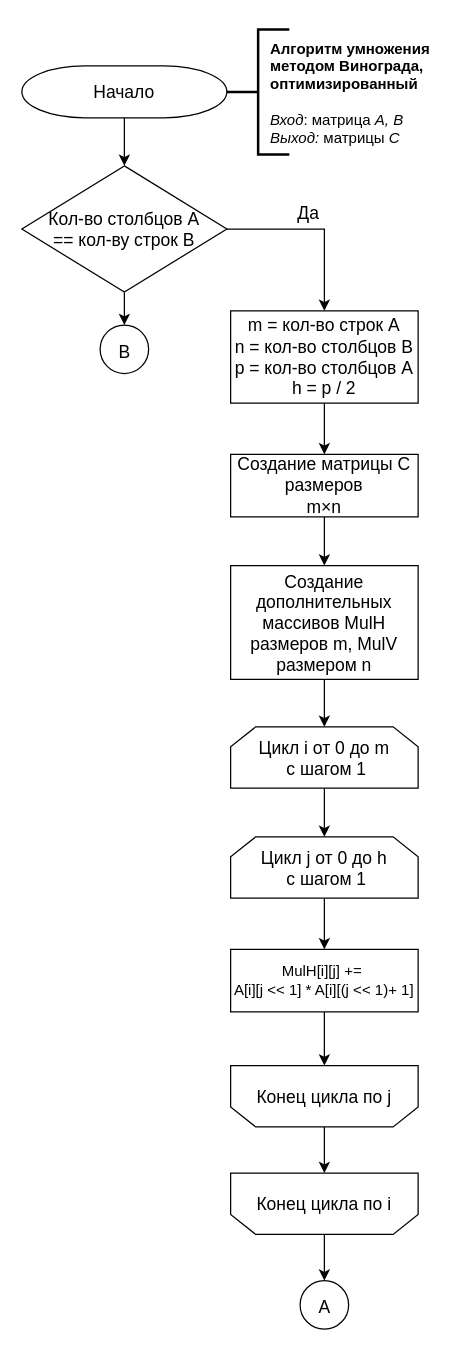
mshsvnv/AlgorithmAnalysis keeps this draw.io diagram as page "Алгоритм Винограда опт. ч. 1" (4 of 6) of lab_02/report/schemes/algorithms.drawio. Above is the earlier version. Source tidied: cells renumbered, new cells numbered last; positions are measured from the earlier drawing's top-left corner, leaving out a move shared by most shapes. Both pictures are drawn from the tidied source at 125%, with x=0, y=0 at pixel (21, 29).
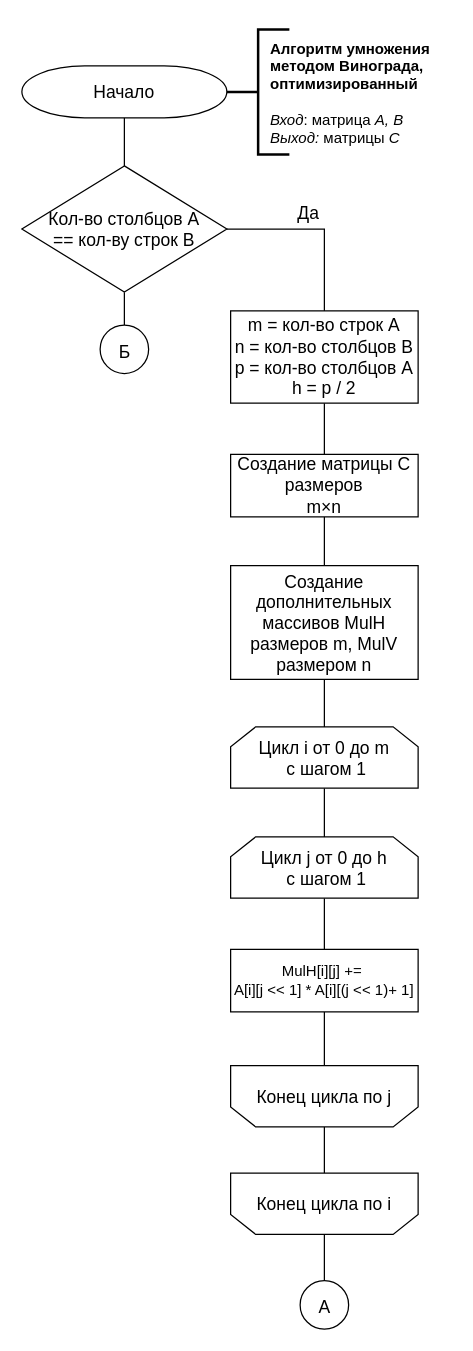
The same page after the edit.

The change refers to these unchanged cells:
```xml
<mxCell id="6" value="&lt;font style=&quot;font-size: 14px;&quot;&gt;Кол-во столбцов A &lt;br&gt;== кол-ву строк B&lt;/font&gt;" style="strokeWidth=1;html=1;shape=mxgraph.flowchart.decision;whiteSpace=wrap;rounded=0;fontSize=11;" parent="1" vertex="1">
  <mxGeometry y="109.2" width="164" height="101" as="geometry" />
</mxCell>
<mxCell id="8" value="&lt;font style=&quot;font-size: 14px;&quot;&gt;Начало&lt;/font&gt;" style="strokeWidth=1;html=1;shape=mxgraph.flowchart.terminator;whiteSpace=wrap;" parent="1" vertex="1">
  <mxGeometry y="29.2" width="164" height="41.5" as="geometry" />
</mxCell>
<mxCell id="10" value="&lt;font style=&quot;font-size: 14px;&quot;&gt;Создание матрицы С размеров &lt;br&gt;m×n&lt;br&gt;&lt;/font&gt;" style="rounded=0;whiteSpace=wrap;html=1;absoluteArcSize=1;arcSize=14;strokeWidth=1;" parent="1" vertex="1">
  <mxGeometry x="167" y="340" width="150" height="50" as="geometry" />
</mxCell>
<mxCell id="13" value="&lt;font style=&quot;font-size: 14px;&quot;&gt;m = кол-во строк A&lt;br&gt;n = кол-во столбцов B&lt;br&gt;p = кол-во столбцов A&lt;br&gt;h = p / 2&lt;br&gt;&lt;/font&gt;" style="rounded=0;whiteSpace=wrap;html=1;absoluteArcSize=1;arcSize=14;strokeWidth=1;" parent="1" vertex="1">
  <mxGeometry x="167" y="225.2" width="150" height="73.8" as="geometry" />
</mxCell>
<mxCell id="15" value="&lt;font style=&quot;font-size: 14px;&quot;&gt;Создание дополнительных массивов MulH размеров m, MulV размером n&lt;br&gt;&lt;/font&gt;" style="rounded=0;whiteSpace=wrap;html=1;absoluteArcSize=1;arcSize=14;strokeWidth=1;" parent="1" vertex="1">
  <mxGeometry x="167" y="429" width="150" height="91" as="geometry" />
</mxCell>
<mxCell id="17" value="&lt;font style=&quot;font-size: 14px;&quot;&gt;Цикл i от 0 до m&lt;br&gt;&amp;nbsp;с шагом 1&lt;br&gt;&lt;/font&gt;" style="shape=loopLimit;whiteSpace=wrap;html=1;" parent="1" vertex="1">
  <mxGeometry x="167" y="558" width="150" height="49" as="geometry" />
</mxCell>
<mxCell id="19" value="&lt;font style=&quot;font-size: 14px;&quot;&gt;Цикл j от 0 до h&lt;br&gt;&amp;nbsp;с шагом 1&lt;br&gt;&lt;/font&gt;" style="shape=loopLimit;whiteSpace=wrap;html=1;" parent="1" vertex="1">
  <mxGeometry x="167" y="646" width="150" height="49" as="geometry" />
</mxCell>
<mxCell id="21" value="&lt;font style=&quot;font-size: 12px;&quot;&gt;MulH[i][j] +=&amp;nbsp;&lt;br&gt;A[i][j &amp;lt;&amp;lt; 1] * A[i][(j &amp;lt;&amp;lt; 1)+ 1]&lt;/font&gt;" style="rounded=0;whiteSpace=wrap;html=1;absoluteArcSize=1;arcSize=14;strokeWidth=1;" parent="1" vertex="1">
  <mxGeometry x="167" y="736" width="150" height="50" as="geometry" />
</mxCell>
<mxCell id="23" value="&lt;font style=&quot;font-size: 14px;&quot;&gt;Конец цикла по j&lt;/font&gt;" style="shape=loopLimit;whiteSpace=wrap;html=1;flipV=1;" parent="1" vertex="1">
  <mxGeometry x="167" y="829" width="150" height="49" as="geometry" />
</mxCell>
<mxCell id="25" value="&lt;font style=&quot;font-size: 14px;&quot;&gt;Конец цикла по i&lt;/font&gt;" style="shape=loopLimit;whiteSpace=wrap;html=1;flipV=1;" parent="1" vertex="1">
  <mxGeometry x="167" y="915" width="150" height="49" as="geometry" />
</mxCell>
<mxCell id="27" value="&lt;font style=&quot;font-size: 14px;&quot; face=&quot;Helvetica&quot;&gt;A&lt;/font&gt;" style="ellipse;whiteSpace=wrap;html=1;hachureGap=4;fontFamily=Architects Daughter;fontSize=20;" parent="1" vertex="1">
  <mxGeometry x="222.6" y="1001" width="38.8" height="38.8" as="geometry" />
</mxCell>
```

What changed in the source:
```diff
@@
-    <mxCell id="3" style="edgeStyle=orthogonalEdgeStyle;rounded=0;hachureGap=4;jettySize=auto;html=1;exitX=1;exitY=0.5;exitDx=0;exitDy=0;exitPerimeter=0;fontFamily=Architects Daughter;fontSize=16;" parent="1" edge="1" source="6" target="13">
+    <mxCell id="3" style="edgeStyle=orthogonalEdgeStyle;rounded=0;hachureGap=4;jettySize=auto;html=1;exitX=1;exitY=0.5;exitDx=0;exitDy=0;exitPerimeter=0;fontFamily=Architects Daughter;fontSize=16;endArrow=none;endFill=0;" parent="1" edge="1" source="6" target="13">
       <mxGeometry relative="1" as="geometry" />
     </mxCell>
@@
-    <mxCell id="5" style="edgeStyle=orthogonalEdgeStyle;rounded=0;hachureGap=4;jettySize=auto;html=1;fontFamily=Architects Daughter;fontSize=16;" parent="1" edge="1" source="6" target="26">
+    <mxCell id="5" style="edgeStyle=orthogonalEdgeStyle;rounded=0;hachureGap=4;jettySize=auto;html=1;fontFamily=Architects Daughter;fontSize=16;endArrow=none;endFill=0;" parent="1" edge="1" source="6" target="26">
       <mxGeometry relative="1" as="geometry" />
     </mxCell>
@@
-    <mxCell id="7" style="edgeStyle=orthogonalEdgeStyle;rounded=0;hachureGap=4;jettySize=auto;html=1;exitX=0.5;exitY=1;exitDx=0;exitDy=0;exitPerimeter=0;fontFamily=Architects Daughter;fontSize=16;" parent="1" edge="1" source="8" target="6">
+    <mxCell id="7" style="edgeStyle=orthogonalEdgeStyle;rounded=0;hachureGap=4;jettySize=auto;html=1;exitX=0.5;exitY=1;exitDx=0;exitDy=0;exitPerimeter=0;fontFamily=Architects Daughter;fontSize=16;endArrow=none;endFill=0;" parent="1" edge="1" source="8" target="6">
       <mxGeometry relative="1" as="geometry" />
     </mxCell>
@@
-    <mxCell id="9" style="edgeStyle=orthogonalEdgeStyle;rounded=0;hachureGap=4;jettySize=auto;html=1;exitX=0.5;exitY=1;exitDx=0;exitDy=0;fontFamily=Architects Daughter;fontSize=16;" parent="1" edge="1" source="10" target="15">
+    <mxCell id="9" style="edgeStyle=orthogonalEdgeStyle;rounded=0;hachureGap=4;jettySize=auto;html=1;exitX=0.5;exitY=1;exitDx=0;exitDy=0;fontFamily=Architects Daughter;fontSize=16;endArrow=none;endFill=0;" parent="1" edge="1" source="10" target="15">
       <mxGeometry relative="1" as="geometry" />
     </mxCell>
@@
-    <mxCell id="12" style="edgeStyle=orthogonalEdgeStyle;rounded=0;hachureGap=4;jettySize=auto;html=1;exitX=0.5;exitY=1;exitDx=0;exitDy=0;fontFamily=Architects Daughter;fontSize=16;" parent="1" edge="1" source="13" target="10">
+    <mxCell id="12" style="edgeStyle=orthogonalEdgeStyle;rounded=0;hachureGap=4;jettySize=auto;html=1;exitX=0.5;exitY=1;exitDx=0;exitDy=0;fontFamily=Architects Daughter;fontSize=16;endArrow=none;endFill=0;" parent="1" edge="1" source="13" target="10">
       <mxGeometry relative="1" as="geometry" />
     </mxCell>
@@
-    <mxCell id="14" style="edgeStyle=orthogonalEdgeStyle;rounded=0;hachureGap=4;jettySize=auto;html=1;fontFamily=Architects Daughter;fontSize=16;shadow=0;" parent="1" edge="1" source="15" target="17">
+    <mxCell id="14" style="edgeStyle=orthogonalEdgeStyle;rounded=0;hachureGap=4;jettySize=auto;html=1;fontFamily=Architects Daughter;fontSize=16;shadow=0;endArrow=none;endFill=0;" parent="1" edge="1" source="15" target="17">
       <mxGeometry relative="1" as="geometry" />
     </mxCell>
@@
-    <mxCell id="16" style="edgeStyle=orthogonalEdgeStyle;rounded=0;hachureGap=4;jettySize=auto;html=1;exitX=0.5;exitY=1;exitDx=0;exitDy=0;fontFamily=Architects Daughter;fontSize=16;shadow=0;" parent="1" edge="1" source="17" target="19">
+    <mxCell id="16" style="edgeStyle=orthogonalEdgeStyle;rounded=0;hachureGap=4;jettySize=auto;html=1;exitX=0.5;exitY=1;exitDx=0;exitDy=0;fontFamily=Architects Daughter;fontSize=16;shadow=0;endArrow=none;endFill=0;" parent="1" edge="1" source="17" target="19">
       <mxGeometry relative="1" as="geometry" />
     </mxCell>
@@
-    <mxCell id="18" style="edgeStyle=orthogonalEdgeStyle;rounded=0;hachureGap=4;jettySize=auto;html=1;exitX=0.5;exitY=1;exitDx=0;exitDy=0;entryX=0.5;entryY=0;entryDx=0;entryDy=0;fontFamily=Architects Daughter;fontSize=16;shadow=0;" parent="1" edge="1" source="19" target="21">
+    <mxCell id="18" style="edgeStyle=orthogonalEdgeStyle;rounded=0;hachureGap=4;jettySize=auto;html=1;exitX=0.5;exitY=1;exitDx=0;exitDy=0;entryX=0.5;entryY=0;entryDx=0;entryDy=0;fontFamily=Architects Daughter;fontSize=16;shadow=0;endArrow=none;endFill=0;" parent="1" edge="1" source="19" target="21">
       <mxGeometry relative="1" as="geometry" />
     </mxCell>
@@
-    <mxCell id="20" style="edgeStyle=orthogonalEdgeStyle;rounded=0;hachureGap=4;jettySize=auto;html=1;exitX=0.5;exitY=1;exitDx=0;exitDy=0;fontFamily=Architects Daughter;fontSize=16;shadow=0;" parent="1" edge="1" source="21" target="23">
+    <mxCell id="20" style="edgeStyle=orthogonalEdgeStyle;rounded=0;hachureGap=4;jettySize=auto;html=1;exitX=0.5;exitY=1;exitDx=0;exitDy=0;fontFamily=Architects Daughter;fontSize=16;shadow=0;endArrow=none;endFill=0;" parent="1" edge="1" source="21" target="23">
       <mxGeometry relative="1" as="geometry" />
     </mxCell>
@@
-    <mxCell id="22" style="edgeStyle=orthogonalEdgeStyle;rounded=0;hachureGap=4;jettySize=auto;html=1;exitX=0.5;exitY=1;exitDx=0;exitDy=0;entryX=0.5;entryY=0;entryDx=0;entryDy=0;fontFamily=Architects Daughter;fontSize=16;shadow=0;" parent="1" edge="1" source="23" target="25">
+    <mxCell id="22" style="edgeStyle=orthogonalEdgeStyle;rounded=0;hachureGap=4;jettySize=auto;html=1;exitX=0.5;exitY=1;exitDx=0;exitDy=0;entryX=0.5;entryY=0;entryDx=0;entryDy=0;fontFamily=Architects Daughter;fontSize=16;shadow=0;endArrow=none;endFill=0;" parent="1" edge="1" source="23" target="25">
       <mxGeometry relative="1" as="geometry" />
     </mxCell>
@@
-    <mxCell id="24" style="edgeStyle=orthogonalEdgeStyle;rounded=0;hachureGap=4;jettySize=auto;html=1;exitX=0.5;exitY=1;exitDx=0;exitDy=0;entryX=0.5;entryY=0;entryDx=0;entryDy=0;fontFamily=Architects Daughter;fontSize=16;shadow=0;" parent="1" edge="1" source="25" target="27">
+    <mxCell id="24" style="edgeStyle=orthogonalEdgeStyle;rounded=0;hachureGap=4;jettySize=auto;html=1;exitX=0.5;exitY=1;exitDx=0;exitDy=0;entryX=0.5;entryY=0;entryDx=0;entryDy=0;fontFamily=Architects Daughter;fontSize=16;shadow=0;endArrow=none;endFill=0;" parent="1" edge="1" source="25" target="27">
       <mxGeometry relative="1" as="geometry" />
     </mxCell>
@@
-    <mxCell id="26" value="&lt;font style=&quot;font-size: 14px;&quot; face=&quot;Helvetica&quot;&gt;B&lt;/font&gt;" style="ellipse;whiteSpace=wrap;html=1;hachureGap=4;fontFamily=Architects Daughter;fontSize=20;" parent="1" vertex="1">
+    <mxCell id="26" value="&lt;font style=&quot;font-size: 14px;&quot; face=&quot;Helvetica&quot;&gt;Б&lt;/font&gt;" style="ellipse;whiteSpace=wrap;html=1;hachureGap=4;fontFamily=Architects Daughter;fontSize=20;" parent="1" vertex="1">
       <mxGeometry x="62.6" y="236.5" width="38.8" height="38.8" as="geometry" />
     </mxCell>
```
